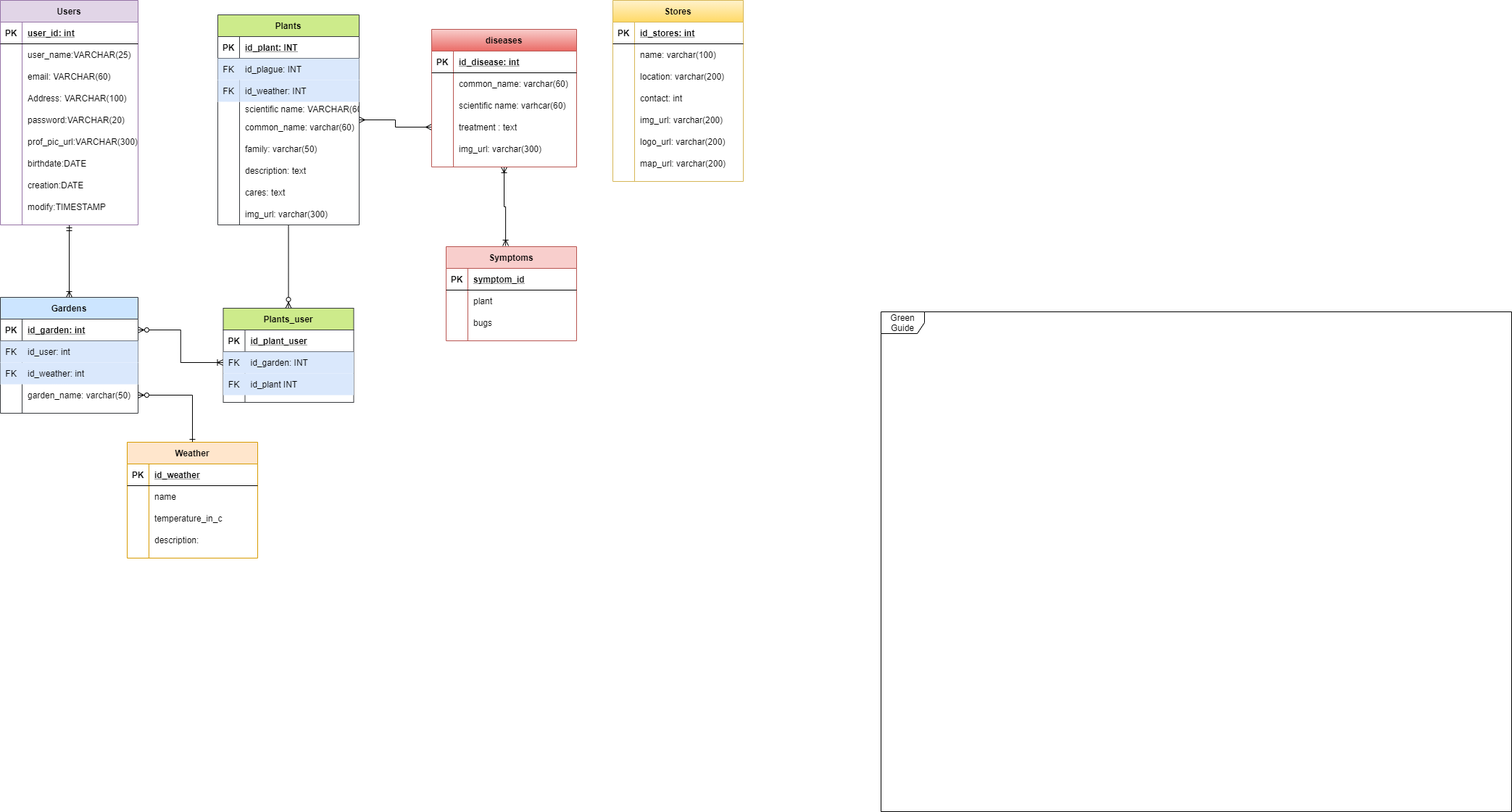
Earlier version of the draw.io export Untitled Diagram.png (Green-Guide-utch/Entity-Relationship-Model). Source tidied: cells renumbered, new cells last; positions are measured from the earlier drawing's top-left corner, leaving out a move shared by most shapes.
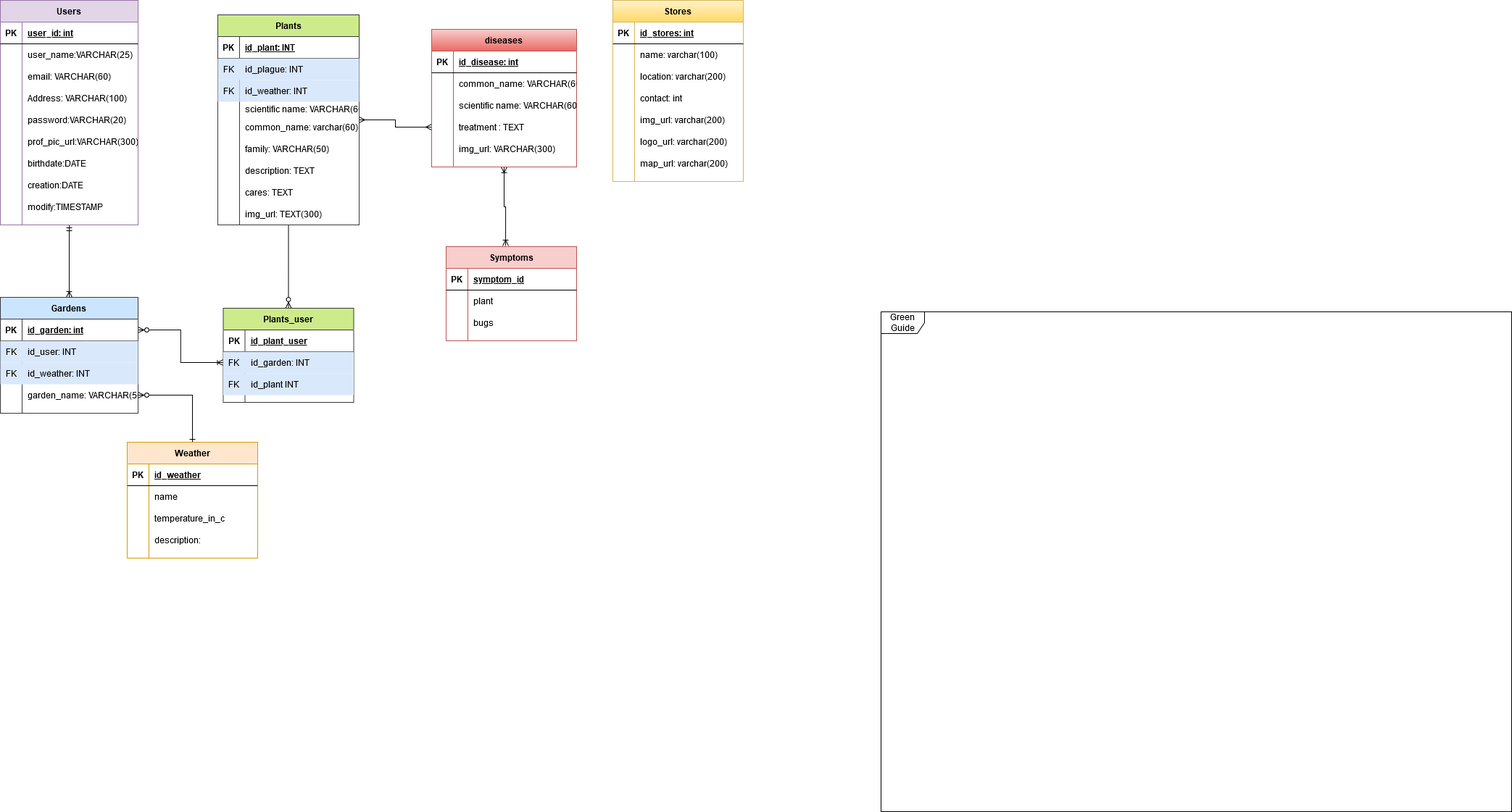
Above is the later version.

Change to the diagram source:
```diff
@@ -137,7 +137,7 @@
     <mxCell id="46" style="shape=partialRectangle;fillColor=none;top=0;left=0;bottom=0;right=0;overflow=hidden;" parent="45" vertex="1">
       <mxGeometry width="30" height="30" as="geometry" />
     </mxCell>
-    <mxCell id="47" value="family: varchar(50)" style="shape=partialRectangle;fillColor=none;top=0;left=0;bottom=0;right=0;align=left;spacingLeft=6;overflow=hidden;" parent="45" vertex="1">
+    <mxCell id="47" value="family: VARCHAR(50)" style="shape=partialRectangle;fillColor=none;top=0;left=0;bottom=0;right=0;align=left;spacingLeft=6;overflow=hidden;" parent="45" vertex="1">
       <mxGeometry x="30" width="165" height="30" as="geometry" />
     </mxCell>
     <mxCell id="48" style="shape=partialRectangle;fillColor=none;top=0;left=0;bottom=0;right=0;" parent="29" vertex="1">
@@ -146,7 +146,7 @@
     <mxCell id="49" style="shape=partialRectangle;fillColor=none;top=0;left=0;bottom=0;right=0;overflow=hidden;" parent="48" vertex="1">
       <mxGeometry width="30" height="30" as="geometry" />
     </mxCell>
-    <mxCell id="50" value="description: text" style="shape=partialRectangle;fillColor=none;top=0;left=0;bottom=0;right=0;align=left;spacingLeft=6;overflow=hidden;" parent="48" vertex="1">
+    <mxCell id="50" value="description: TEXT" style="shape=partialRectangle;fillColor=none;top=0;left=0;bottom=0;right=0;align=left;spacingLeft=6;overflow=hidden;" parent="48" vertex="1">
       <mxGeometry x="30" width="165" height="30" as="geometry" />
     </mxCell>
     <mxCell id="51" style="shape=partialRectangle;fillColor=none;top=0;left=0;bottom=0;right=0;" parent="29" vertex="1">
@@ -155,7 +155,7 @@
     <mxCell id="52" style="shape=partialRectangle;fillColor=none;top=0;left=0;bottom=0;right=0;overflow=hidden;" parent="51" vertex="1">
       <mxGeometry width="30" height="30" as="geometry" />
     </mxCell>
-    <mxCell id="53" value="cares: text" style="shape=partialRectangle;fillColor=none;top=0;left=0;bottom=0;right=0;align=left;spacingLeft=6;overflow=hidden;" parent="51" vertex="1">
+    <mxCell id="53" value="cares: TEXT" style="shape=partialRectangle;fillColor=none;top=0;left=0;bottom=0;right=0;align=left;spacingLeft=6;overflow=hidden;" parent="51" vertex="1">
       <mxGeometry x="30" width="165" height="30" as="geometry" />
     </mxCell>
     <mxCell id="54" style="shape=partialRectangle;fillColor=none;top=0;left=0;bottom=0;right=0;" parent="29" vertex="1">
@@ -164,7 +164,7 @@
     <mxCell id="55" style="shape=partialRectangle;fillColor=none;top=0;left=0;bottom=0;right=0;overflow=hidden;" parent="54" vertex="1">
       <mxGeometry width="30" height="30" as="geometry" />
     </mxCell>
-    <mxCell id="56" value="img_url: varchar(300)" style="shape=partialRectangle;fillColor=none;top=0;left=0;bottom=0;right=0;align=left;spacingLeft=6;overflow=hidden;" parent="54" vertex="1">
+    <mxCell id="56" value="img_url: TEXT(300)" style="shape=partialRectangle;fillColor=none;top=0;left=0;bottom=0;right=0;align=left;spacingLeft=6;overflow=hidden;" parent="54" vertex="1">
       <mxGeometry x="30" width="165" height="30" as="geometry" />
     </mxCell>
     <mxCell id="57" style="edgeStyle=orthogonalEdgeStyle;rounded=0;jettySize=auto;html=1;entryX=0.456;entryY=-0.008;entryDx=0;entryDy=0;entryPerimeter=0;endArrow=ERoneToMany;endFill=0;startArrow=ERoneToMany;startFill=0;" parent="1" edge="1" source="71" target="87">
@@ -188,7 +188,7 @@
     <mxCell id="63" value="FK" style="shape=partialRectangle;fillColor=none;top=0;left=0;bottom=0;right=0;overflow=hidden;" parent="62" vertex="1">
       <mxGeometry width="30" height="30" as="geometry" />
     </mxCell>
-    <mxCell id="64" value="id_user: int" style="shape=partialRectangle;fillColor=none;top=0;left=0;bottom=0;right=0;align=left;spacingLeft=6;overflow=hidden;" parent="62" vertex="1">
+    <mxCell id="64" value="id_user: INT" style="shape=partialRectangle;fillColor=none;top=0;left=0;bottom=0;right=0;align=left;spacingLeft=6;overflow=hidden;" parent="62" vertex="1">
       <mxGeometry x="30" width="160" height="30" as="geometry" />
     </mxCell>
     <mxCell id="65" style="shape=partialRectangle;fillColor=#dae8fc;top=0;left=0;bottom=0;right=0;strokeColor=#6c8ebf;" parent="58" vertex="1">
@@ -197,7 +197,7 @@
     <mxCell id="66" value="FK" style="shape=partialRectangle;fillColor=none;top=0;left=0;bottom=0;right=0;overflow=hidden;" parent="65" vertex="1">
       <mxGeometry width="30" height="30" as="geometry" />
     </mxCell>
-    <mxCell id="67" value="id_weather: int" style="shape=partialRectangle;fillColor=none;top=0;left=0;bottom=0;right=0;align=left;spacingLeft=6;overflow=hidden;" parent="65" vertex="1">
+    <mxCell id="67" value="id_weather: INT" style="shape=partialRectangle;fillColor=none;top=0;left=0;bottom=0;right=0;align=left;spacingLeft=6;overflow=hidden;" parent="65" vertex="1">
       <mxGeometry x="30" width="160" height="30" as="geometry" />
     </mxCell>
     <mxCell id="68" style="shape=partialRectangle;fillColor=none;top=0;left=0;bottom=0;right=0;points=[[0,0.5],[1,0.5]];portConstraint=eastwest;" parent="58" vertex="1">
@@ -206,7 +206,7 @@
     <mxCell id="69" style="shape=partialRectangle;fillColor=none;top=0;left=0;bottom=0;right=0;overflow=hidden;" parent="68" vertex="1">
       <mxGeometry width="30" height="30" as="geometry" />
     </mxCell>
-    <mxCell id="70" value="garden_name: varchar(50)" style="shape=partialRectangle;fillColor=none;top=0;left=0;bottom=0;right=0;align=left;spacingLeft=6;overflow=hidden;" parent="68" vertex="1">
+    <mxCell id="70" value="garden_name: VARCHAR(50)" style="shape=partialRectangle;fillColor=none;top=0;left=0;bottom=0;right=0;align=left;spacingLeft=6;overflow=hidden;" parent="68" vertex="1">
       <mxGeometry x="30" width="160" height="30" as="geometry" />
     </mxCell>
     <mxCell id="71" value="diseases" style="shape=table;startSize=30;rowLines=0;fontStyle=1;align=center;fillColor=#f8cecc;strokeColor=#b85450;gradientColor=#ea6b66;" parent="1" vertex="1">
@@ -227,7 +227,7 @@
     <mxCell id="76" style="shape=partialRectangle;fillColor=none;top=0;left=0;bottom=0;right=0;overflow=hidden;" parent="75" vertex="1">
       <mxGeometry width="30" height="30" as="geometry" />
     </mxCell>
-    <mxCell id="77" value="common_name: varchar(60)" style="shape=partialRectangle;fillColor=none;top=0;left=0;bottom=0;right=0;align=left;spacingLeft=6;overflow=hidden;" parent="75" vertex="1">
+    <mxCell id="77" value="common_name: VARCHAR(60)" style="shape=partialRectangle;fillColor=none;top=0;left=0;bottom=0;right=0;align=left;spacingLeft=6;overflow=hidden;" parent="75" vertex="1">
       <mxGeometry x="30" width="170" height="30" as="geometry" />
     </mxCell>
     <mxCell id="78" style="shape=partialRectangle;fillColor=none;top=0;left=0;bottom=0;right=0;" parent="71" vertex="1">
@@ -236,7 +236,7 @@
     <mxCell id="79" style="shape=partialRectangle;fillColor=none;top=0;left=0;bottom=0;right=0;overflow=hidden;" parent="78" vertex="1">
       <mxGeometry width="30" height="30" as="geometry" />
     </mxCell>
-    <mxCell id="80" value="scientific name: varhcar(60)" style="shape=partialRectangle;fillColor=none;top=0;left=0;bottom=0;right=0;align=left;spacingLeft=6;overflow=hidden;" parent="78" vertex="1">
+    <mxCell id="80" value="scientific name: VARCHAR(60)" style="shape=partialRectangle;fillColor=none;top=0;left=0;bottom=0;right=0;align=left;spacingLeft=6;overflow=hidden;" parent="78" vertex="1">
       <mxGeometry x="30" width="170" height="30" as="geometry" />
     </mxCell>
     <mxCell id="81" style="shape=partialRectangle;fillColor=none;top=0;left=0;bottom=0;right=0;points=[[0,0.5],[1,0.5]];portConstraint=eastwest;" parent="71" vertex="1">
@@ -245,7 +245,7 @@
     <mxCell id="82" style="shape=partialRectangle;fillColor=none;top=0;left=0;bottom=0;right=0;overflow=hidden;" parent="81" vertex="1">
       <mxGeometry width="30" height="30" as="geometry" />
     </mxCell>
-    <mxCell id="83" value="treatment : text" style="shape=partialRectangle;fillColor=none;top=0;left=0;bottom=0;right=0;align=left;spacingLeft=6;overflow=hidden;" parent="81" vertex="1">
+    <mxCell id="83" value="treatment : TEXT" style="shape=partialRectangle;fillColor=none;top=0;left=0;bottom=0;right=0;align=left;spacingLeft=6;overflow=hidden;" parent="81" vertex="1">
       <mxGeometry x="30" width="170" height="30" as="geometry" />
     </mxCell>
     <mxCell id="84" style="shape=partialRectangle;fillColor=none;top=0;left=0;bottom=0;right=0;" parent="71" vertex="1">
@@ -254,7 +254,7 @@
     <mxCell id="85" style="shape=partialRectangle;fillColor=none;top=0;left=0;bottom=0;right=0;overflow=hidden;" parent="84" vertex="1">
       <mxGeometry width="30" height="30" as="geometry" />
     </mxCell>
-    <mxCell id="86" value="img_url: varchar(300)" style="shape=partialRectangle;fillColor=none;top=0;left=0;bottom=0;right=0;align=left;spacingLeft=6;overflow=hidden;" parent="84" vertex="1">
+    <mxCell id="86" value="img_url: VARCHAR(300)" style="shape=partialRectangle;fillColor=none;top=0;left=0;bottom=0;right=0;align=left;spacingLeft=6;overflow=hidden;" parent="84" vertex="1">
       <mxGeometry x="30" width="170" height="30" as="geometry" />
     </mxCell>
     <mxCell id="87" value="Symptoms" style="shape=table;startSize=30;rowLines=0;fontStyle=1;align=center;fillColor=#f8cecc;strokeColor=#b85450;" parent="1" vertex="1">
```
